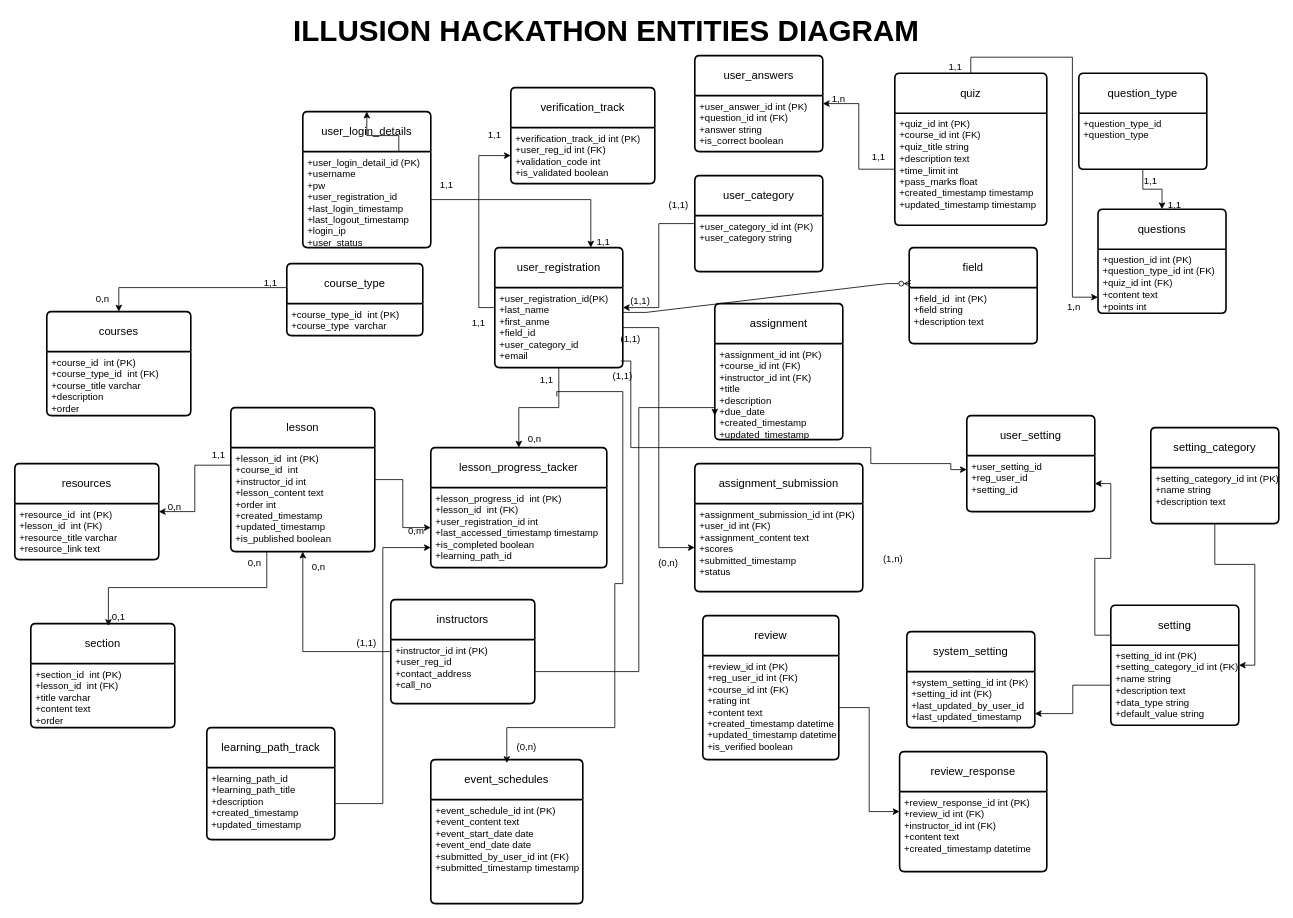
The-Illusion-services/illusion-BE keeps this draw.io diagram as illusion db schema models.drawio. Above is the earlier version. Source tidied: cells renumbered, new cells numbered last; positions are measured from the earlier drawing's top-left corner, leaving out a move shared by most shapes. Both pictures are drawn from the tidied source at 80%, with x=0, y=0 at pixel (14, 15).
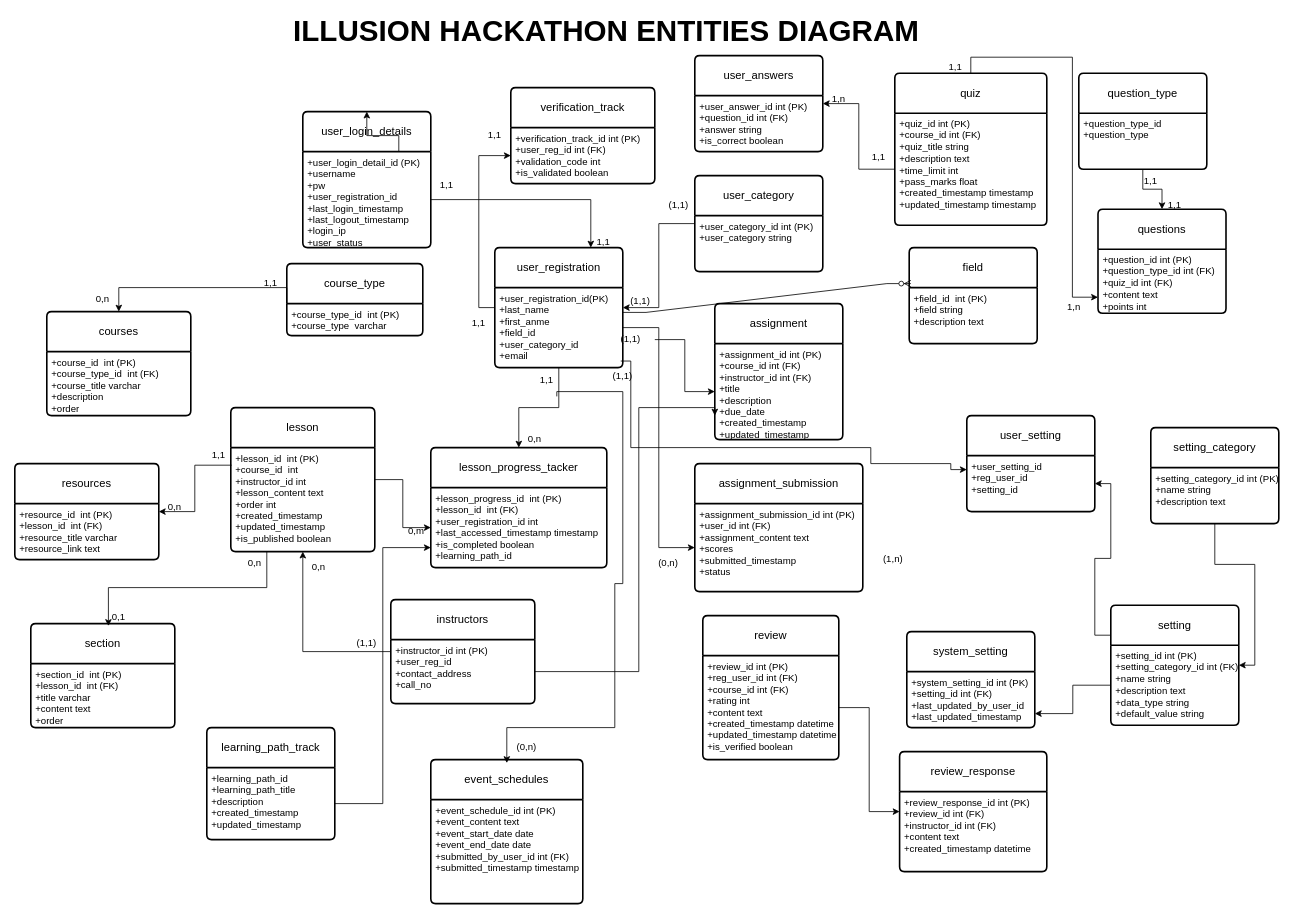
Above is the later version.

The change refers to these unchanged cells:
```xml
<mxCell id="11" value="+assignment_id int (PK)&lt;br&gt;+course_id int (FK)&lt;br&gt;&lt;div&gt;+instructor_id int (FK)&lt;/div&gt;&lt;div&gt;+title&lt;/div&gt;&lt;div&gt;+description&lt;/div&gt;&lt;div&gt;+due_date&lt;/div&gt;&lt;div&gt;+created_timestamp&lt;/div&gt;&lt;div&gt;+updated_timestamp&lt;br&gt;&lt;/div&gt;" style="align=left;strokeColor=none;fillColor=none;spacingLeft=4;fontSize=12;verticalAlign=top;html=1;" parent="10" vertex="1">
  <mxGeometry y="50" width="160" height="120" as="geometry" />
</mxCell>
<mxCell id="91" value="(1,1)" style="text;html=1;align=center;verticalAlign=middle;whiteSpace=wrap;rounded=0;" parent="1" vertex="1">
  <mxGeometry x="740" y="390" width="60" height="30" as="geometry" />
</mxCell>
```

Diff of the diagram source:
```diff
@@
+    <mxCell id="106" style="edgeStyle=orthogonalEdgeStyle;rounded=0;jettySize=auto;html=1;" parent="1" edge="1" source="91" target="11">
+      <mxGeometry relative="1" as="geometry" />
+    </mxCell>
```
